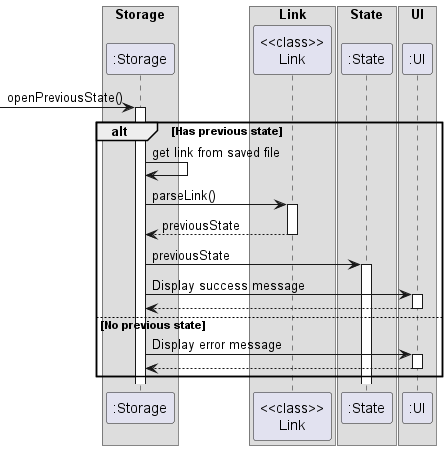
The PlantUML diagram docs/images/storageOpenPreviousState.png in nus-cs2113-AY2223S1/tp, before a commit.
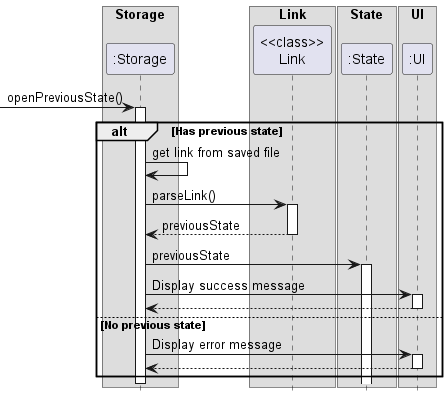
The same file after the commit.

Diff of the diagram source:
```diff
@@ -1,18 +1,21 @@
 @startuml
+hide footbox
+
 box Storage
-Participant ":Storage" as Storage
+Participant ":Storage" as Storage order 2
 end box
 box Link
-Participant "<<class>>\nLink" as Link
+Participant "<<class>>\nLink" as Link order 3
 end box
 box State
-Participant ":State" as State
+Participant ":State" as State order 4
 end box
 box UI
-Participant ":UI" as UI
+Participant ":UI" as UI order 5
 end box
 
-->Storage:openPreviousState()
+
+-> Storage:openPreviousState()
 activate Storage
 alt Has previous state
     Storage -> Storage: get link from saved file
@@ -29,5 +32,6 @@
     UI --> Storage
     deactivate UI
 end
+deactivate Storage
 
 @enduml
```
